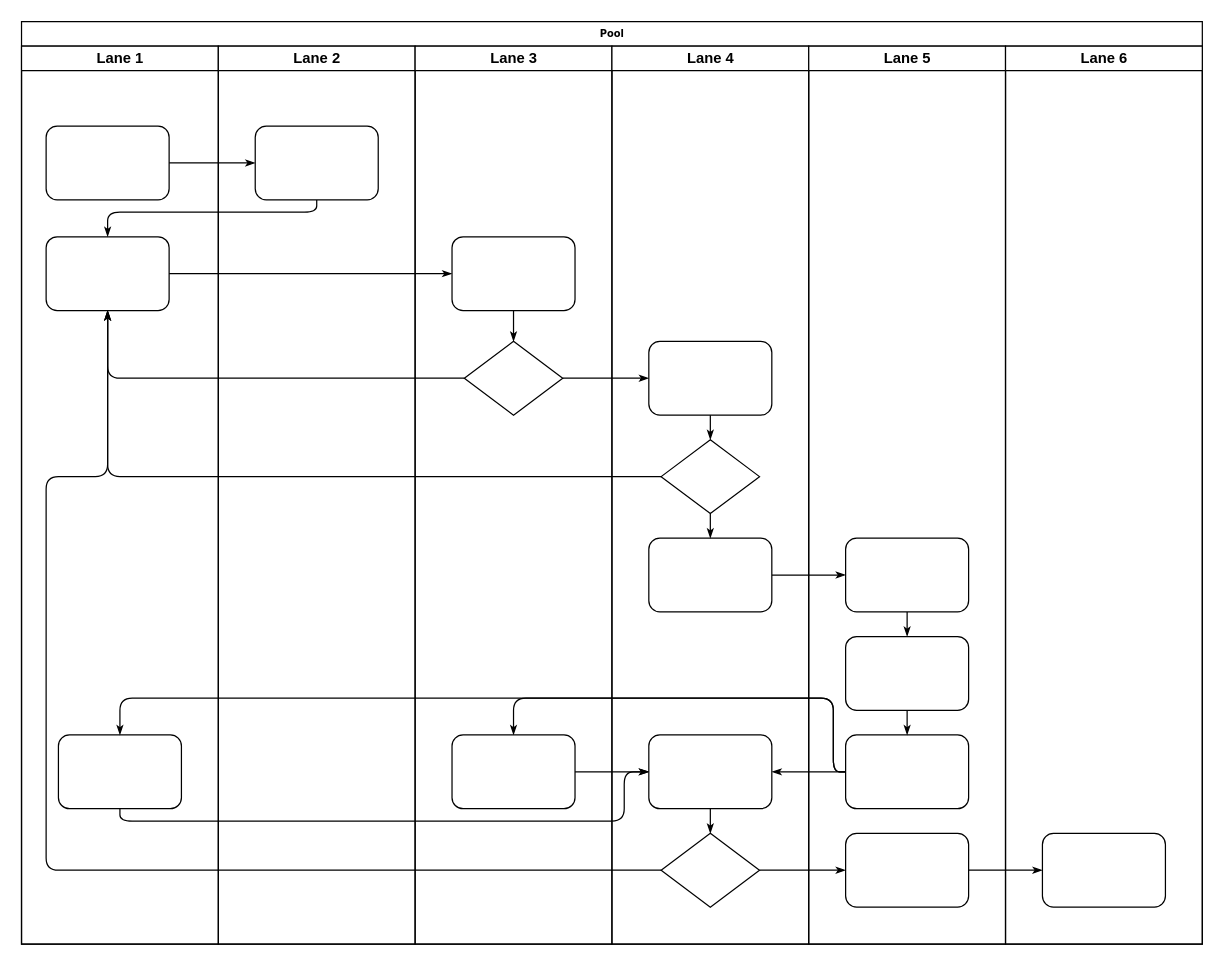
Earlier version of the draw.io diagram 架构/状态机及时间轴.drawio (c825503724/fms). Source tidied: cells renumbered, new cells numbered last; positions are measured from the earlier drawing's top-left corner, leaving out a move shared by most shapes. Both pictures are drawn from the tidied source at 123%, with x=0, y=0 at pixel (21, 21).
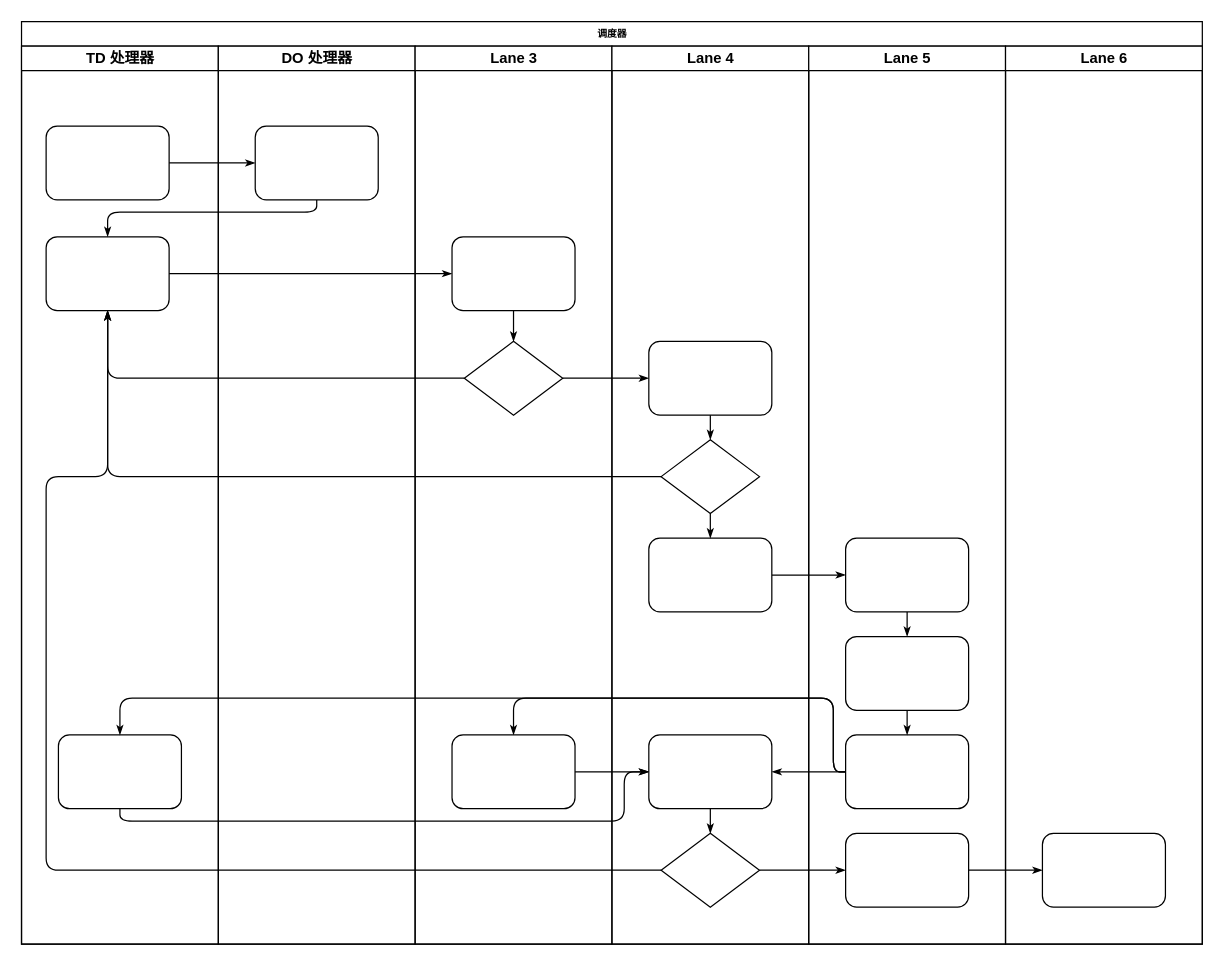
The same page after the edit.

Commit message:
更新状态机及时间轴.drawio

Diff of the diagram source:
```diff
@@
-    <mxCell id="2" value="Pool" style="swimlane;html=1;startSize=20;rounded=0;shadow=0;labelBackgroundColor=none;strokeWidth=1;fontFamily=Verdana;fontSize=8;align=center;" parent="1" vertex="1">
+    <mxCell id="2" value="调度器" style="swimlane;html=1;startSize=20;rounded=0;shadow=0;labelBackgroundColor=none;strokeWidth=1;fontFamily=Verdana;fontSize=8;align=center;" parent="1" vertex="1">
       <mxGeometry width="960" height="750" as="geometry" />
     </mxCell>
-    <mxCell id="3" value="Lane 1" style="swimlane;html=1;startSize=20;" parent="2" vertex="1">
+    <mxCell id="3" value="TD 处理器" style="swimlane;html=1;startSize=20;" parent="2" vertex="1">
       <mxGeometry y="20" width="160" height="730" as="geometry" />
     </mxCell>
@@
-    <mxCell id="22" value="Lane 2" style="swimlane;html=1;startSize=20;" parent="2" vertex="1">
+    <mxCell id="22" value="DO 处理器" style="swimlane;html=1;startSize=20;" parent="2" vertex="1">
       <mxGeometry x="160" y="20" width="160" height="730" as="geometry" />
     </mxCell>
```
